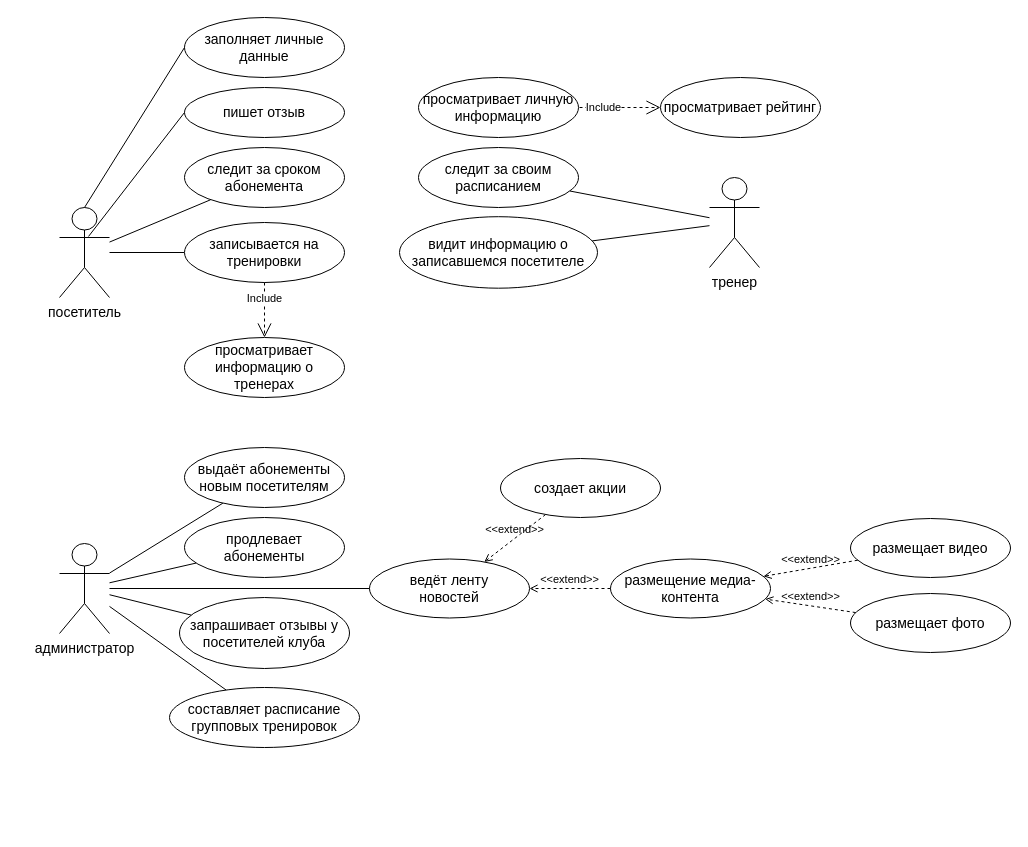
Before: Diagrams/USE-CASE 1.drawio in yuliapyrikova/-, a draw.io diagram. Source tidied: cells renumbered, new cells numbered last; positions are measured from the earlier drawing's top-left corner, leaving out a move shared by most shapes. Both pictures are drawn from the tidied source at 100%, with x=0, y=0 at pixel (59, 17).
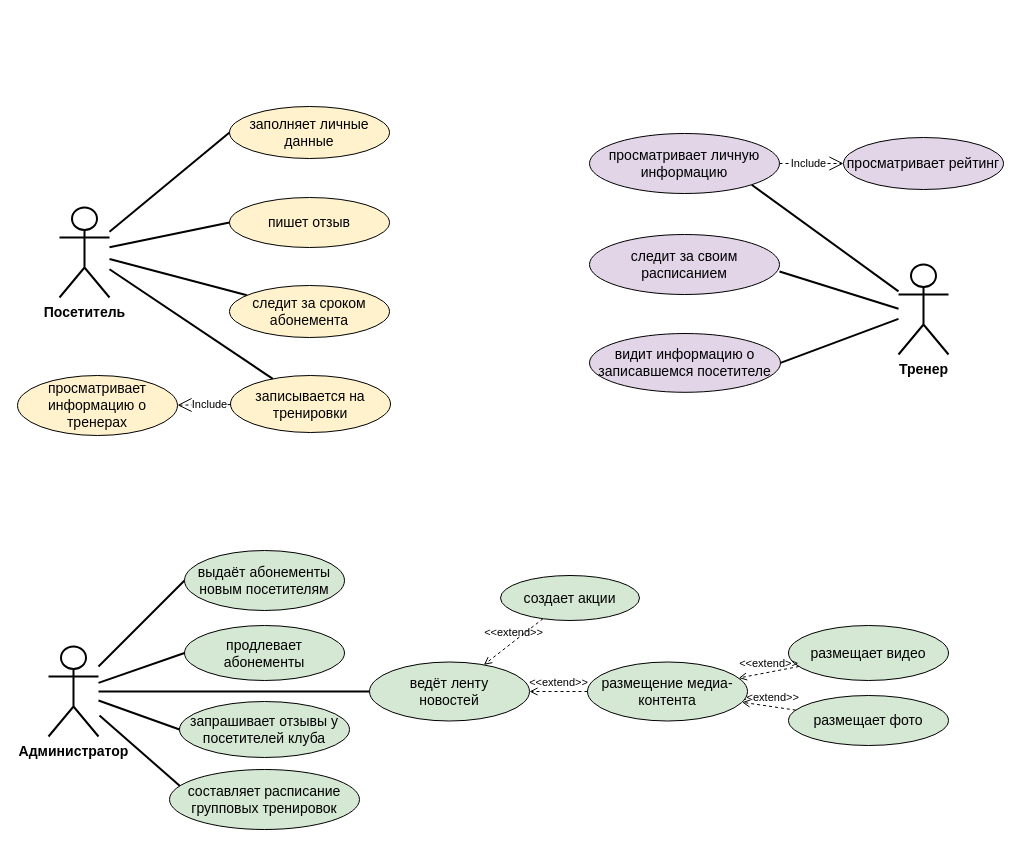
Above is the later version.

The edit, as a diff of the source:
```diff
@@
-    <mxCell id="2" style="edgeStyle=none;jettySize=auto;html=1;endArrow=none;" parent="1" edge="1" source="3" target="14">
+    <mxCell id="2" style="edgeStyle=none;jettySize=auto;html=1;endArrow=none;strokeWidth=2;" parent="1" edge="1" source="3" target="14">
       <mxGeometry relative="1" as="geometry" />
     </mxCell>
-    <mxCell id="3" value="&lt;font style=&quot;font-size: 14px&quot;&gt;посетитель&lt;/font&gt;" style="shape=umlActor;verticalLabelPosition=bottom;verticalAlign=top;html=1;outlineConnect=0;" parent="1" vertex="1">
+    <mxCell id="3" value="&lt;font style=&quot;font-size: 14px&quot;&gt;&lt;b&gt;Посетитель&lt;/b&gt;&lt;/font&gt;" style="shape=umlActor;verticalLabelPosition=bottom;verticalAlign=top;html=1;outlineConnect=0;strokeWidth=2;" parent="1" vertex="1">
       <mxGeometry y="190" width="50" height="90" as="geometry" />
     </mxCell>
-    <mxCell id="4" value="&lt;font style=&quot;font-size: 14px&quot;&gt;тренер&lt;br&gt;&lt;/font&gt;" style="shape=umlActor;verticalLabelPosition=bottom;verticalAlign=top;html=1;outlineConnect=0;" parent="1" vertex="1">
-      <mxGeometry x="650" y="160" width="50" height="90" as="geometry" />
+    <mxCell id="4" value="&lt;font style=&quot;font-size: 14px&quot;&gt;&lt;b&gt;Тренер&lt;/b&gt;&lt;br&gt;&lt;/font&gt;" style="shape=umlActor;verticalLabelPosition=bottom;verticalAlign=top;html=1;outlineConnect=0;strokeWidth=2;" parent="1" vertex="1">
+      <mxGeometry x="839" y="247" width="50" height="90" as="geometry" />
     </mxCell>
-    <mxCell id="5" style="edgeStyle=none;jettySize=auto;html=1;endArrow=none;" parent="1" edge="1" source="6" target="4">
+    <mxCell id="5" style="edgeStyle=none;jettySize=auto;html=1;endArrow=none;exitX=1;exitY=0.5;exitDx=0;exitDy=0;strokeWidth=2;" parent="1" edge="1" source="6" target="4">
       <mxGeometry relative="1" as="geometry" />
     </mxCell>
-    <mxCell id="6" value="&lt;span style=&quot;font-size: 14px&quot;&gt;видит информацию о записавшемся посетителе&lt;/span&gt;" style="ellipse;whiteSpace=wrap;html=1;" parent="1" vertex="1">
-      <mxGeometry x="340" y="199.2" width="198" height="71.5" as="geometry" />
+    <mxCell id="6" value="&lt;span style=&quot;font-size: 14px&quot;&gt;видит информацию о записавшемся посетителе&lt;/span&gt;" style="ellipse;whiteSpace=wrap;html=1;strokeWidth=1;fillColor=#e1d5e7;" parent="1" vertex="1">
+      <mxGeometry x="530" y="316" width="191" height="58.8" as="geometry" />
     </mxCell>
-    <mxCell id="7" style="edgeStyle=none;jettySize=auto;html=1;endArrow=none;" parent="1" edge="1" source="8" target="4">
-      <mxGeometry relative="1" as="geometry" />
+    <mxCell id="7" style="edgeStyle=none;orthogonalLoop=1;jettySize=auto;html=1;endArrow=none;exitX=1;exitY=0.5;exitDx=0;exitDy=0;strokeWidth=2;" parent="1" edge="1">
+      <mxGeometry relative="1" as="geometry">
+        <mxPoint x="720" y="254" as="sourcePoint" />
+        <mxPoint x="839" y="291.2" as="targetPoint" />
+      </mxGeometry>
     </mxCell>
-    <mxCell id="8" value="&lt;span style=&quot;font-size: 14px&quot;&gt;следит за своим расписанием&lt;/span&gt;" style="ellipse;whiteSpace=wrap;html=1;" parent="1" vertex="1">
-      <mxGeometry x="359" y="130" width="160" height="60" as="geometry" />
+    <mxCell id="8" value="&lt;span style=&quot;font-size: 14px&quot;&gt;следит за своим расписанием&lt;/span&gt;" style="ellipse;whiteSpace=wrap;html=1;fillColor=#e1d5e7;strokeWidth=1;" parent="1" vertex="1">
+      <mxGeometry x="530" y="217" width="190" height="60" as="geometry" />
     </mxCell>
-    <mxCell id="9" style="edgeStyle=none;jettySize=auto;html=1;endArrow=none;" parent="1" edge="1" source="10" target="24">
+    <mxCell id="9" style="edgeStyle=none;jettySize=auto;html=1;endArrow=none;strokeWidth=2;entryX=0;entryY=0.5;entryDx=0;entryDy=0;" parent="1" edge="1" source="10" target="24">
       <mxGeometry relative="1" as="geometry" />
     </mxCell>
-    <mxCell id="10" value="&lt;font style=&quot;font-size: 14px&quot;&gt;администратор&lt;/font&gt;" style="shape=umlActor;verticalLabelPosition=bottom;verticalAlign=top;html=1;outlineConnect=0;" parent="1" vertex="1">
-      <mxGeometry y="526" width="50" height="90" as="geometry" />
+    <mxCell id="10" value="&lt;font style=&quot;font-size: 14px&quot;&gt;&lt;b&gt;Администратор&lt;/b&gt;&lt;/font&gt;" style="shape=umlActor;verticalLabelPosition=bottom;verticalAlign=top;html=1;outlineConnect=0;strokeWidth=2;" parent="1" vertex="1">
+      <mxGeometry x="-11" y="629" width="50" height="90" as="geometry" />
     </mxCell>
-    <mxCell id="11" style="edgeStyle=none;jettySize=auto;html=1;endArrow=none;" parent="1" edge="1" source="12" target="3">
+    <mxCell id="11" style="edgeStyle=none;jettySize=auto;html=1;endArrow=none;strokeWidth=2;" parent="1" edge="1" source="12" target="3">
       <mxGeometry relative="1" as="geometry" />
     </mxCell>
-    <mxCell id="12" value="&lt;font style=&quot;font-size: 14px&quot;&gt;следит за сроком абонемента&lt;br&gt;&lt;/font&gt;" style="ellipse;whiteSpace=wrap;html=1;" parent="1" vertex="1">
-      <mxGeometry x="125" y="130" width="160" height="60" as="geometry" />
+    <mxCell id="12" value="&lt;font style=&quot;font-size: 14px&quot;&gt;следит за сроком абонемента&lt;br&gt;&lt;/font&gt;" style="ellipse;whiteSpace=wrap;html=1;strokeWidth=1;fillColor=#fff2cc;" parent="1" vertex="1">
+      <mxGeometry x="170" y="268" width="160" height="52" as="geometry" />
     </mxCell>
-    <mxCell id="13" value="&lt;span style=&quot;font-size: 14px&quot;&gt;просматривает информацию о тренерах&lt;/span&gt;" style="ellipse;whiteSpace=wrap;html=1;" parent="1" vertex="1">
-      <mxGeometry x="125" y="320" width="160" height="60" as="geometry" />
+    <mxCell id="13" value="&lt;span style=&quot;font-size: 14px&quot;&gt;просматривает информацию о тренерах&lt;/span&gt;" style="ellipse;whiteSpace=wrap;html=1;fillColor=#fff2cc;" parent="1" vertex="1">
+      <mxGeometry x="-42" y="358" width="160" height="60" as="geometry" />
     </mxCell>
-    <mxCell id="14" value="&lt;span style=&quot;font-size: 14px&quot;&gt;записывается на тренировки&lt;/span&gt;" style="ellipse;whiteSpace=wrap;html=1;" parent="1" vertex="1">
-      <mxGeometry x="125" y="205" width="160" height="60" as="geometry" />
+    <mxCell id="14" value="&lt;span style=&quot;font-size: 14px&quot;&gt;записывается на тренировки&lt;/span&gt;" style="ellipse;whiteSpace=wrap;html=1;fillColor=#fff2cc;" parent="1" vertex="1">
+      <mxGeometry x="171" y="358" width="160" height="57" as="geometry" />
     </mxCell>
-    <mxCell id="15" value="&lt;font style=&quot;font-size: 14px&quot;&gt;продлевает абонементы&lt;br&gt;&lt;/font&gt;" style="ellipse;whiteSpace=wrap;html=1;" parent="1" vertex="1">
-      <mxGeometry x="125" y="500" width="160" height="60" as="geometry" />
+    <mxCell id="15" value="&lt;font style=&quot;font-size: 14px&quot;&gt;продлевает абонементы&lt;br&gt;&lt;/font&gt;" style="ellipse;whiteSpace=wrap;html=1;fillColor=#d5e8d4;" parent="1" vertex="1">
+      <mxGeometry x="125" y="608" width="160" height="55" as="geometry" />
     </mxCell>
-    <mxCell id="16" style="endArrow=none;html=1;" parent="1" edge="1" source="10" target="15">
+    <mxCell id="16" style="endArrow=none;html=1;strokeWidth=2;entryX=0;entryY=0.5;entryDx=0;entryDy=0;" parent="1" edge="1" source="10" target="15">
       <mxGeometry relative="1" as="geometry" />
     </mxCell>
-    <mxCell id="17" value="&lt;span style=&quot;font-size: 14px&quot;&gt;запрашивает отзывы у посетителей клуба&lt;/span&gt;" style="ellipse;whiteSpace=wrap;html=1;" parent="1" vertex="1">
-      <mxGeometry x="120" y="580" width="170" height="71" as="geometry" />
+    <mxCell id="17" value="&lt;span style=&quot;font-size: 14px&quot;&gt;запрашивает отзывы у посетителей клуба&lt;/span&gt;" style="ellipse;whiteSpace=wrap;html=1;fillColor=#d5e8d4;" parent="1" vertex="1">
+      <mxGeometry x="120" y="684" width="170" height="56" as="geometry" />
     </mxCell>
-    <mxCell id="18" value="&lt;div&gt;&lt;span style=&quot;font-size: 14px&quot;&gt;ведёт ленту&lt;/span&gt;&lt;/div&gt;&lt;div&gt;&lt;span style=&quot;font-size: 14px&quot;&gt;новостей&lt;/span&gt;&lt;/div&gt;&lt;div&gt;&lt;span style=&quot;font-size: 14px&quot;&gt;&lt;/span&gt;&lt;/div&gt;" style="ellipse;whiteSpace=wrap;html=1;" parent="1" vertex="1">
-      <mxGeometry x="310" y="541.5" width="160" height="59" as="geometry" />
+    <mxCell id="18" value="&lt;div&gt;&lt;span style=&quot;font-size: 14px&quot;&gt;ведёт ленту&lt;/span&gt;&lt;/div&gt;&lt;div&gt;&lt;span style=&quot;font-size: 14px&quot;&gt;новостей&lt;/span&gt;&lt;/div&gt;&lt;div&gt;&lt;span style=&quot;font-size: 14px&quot;&gt;&lt;/span&gt;&lt;/div&gt;" style="ellipse;whiteSpace=wrap;html=1;fillColor=#d5e8d4;" parent="1" vertex="1">
+      <mxGeometry x="310" y="644.5" width="160" height="59" as="geometry" />
     </mxCell>
-    <mxCell id="19" style="endArrow=none;html=1;" parent="1" edge="1" source="10" target="18">
+    <mxCell id="19" style="endArrow=none;html=1;strokeWidth=2;" parent="1" edge="1" source="10" target="18">
       <mxGeometry relative="1" as="geometry" />
     </mxCell>
     <mxCell id="20" value="Include" style="endArrow=open;endSize=12;dashed=1;html=1;targetPerimeterSpacing=0;" parent="1" edge="1" source="14" target="13">
-      <mxGeometry x="-0.41" relative="1" as="geometry" />
+      <mxGeometry x="-0.2" relative="1" as="geometry" />
     </mxCell>
-    <mxCell id="21" style="endArrow=none;html=1;" parent="1" edge="1" source="10" target="17">
+    <mxCell id="21" style="endArrow=none;html=1;entryX=0;entryY=0.5;entryDx=0;entryDy=0;strokeWidth=2;" parent="1" edge="1" source="10" target="17">
       <mxGeometry relative="1" as="geometry" />
     </mxCell>
-    <mxCell id="22" style="endArrow=none;html=1;" parent="1" edge="1" source="10" target="23">
-      <mxGeometry relative="1" as="geometry" />
+    <mxCell id="22" style="endArrow=none;html=1;entryX=0.058;entryY=0.283;entryDx=0;entryDy=0;entryPerimeter=0;endSize=6;strokeWidth=2;" parent="1" edge="1" target="23">
+      <mxGeometry relative="1" as="geometry">
+        <mxPoint x="40" y="698" as="sourcePoint" />
+      </mxGeometry>
     </mxCell>
-    <mxCell id="23" value="&lt;span style=&quot;font-size: 14px&quot;&gt;составляет расписание групповых тренировок&lt;/span&gt;" style="ellipse;whiteSpace=wrap;html=1;" parent="1" vertex="1">
-      <mxGeometry x="110" y="670" width="190" height="60" as="geometry" />
+    <mxCell id="23" value="&lt;span style=&quot;font-size: 14px&quot;&gt;составляет расписание групповых тренировок&lt;/span&gt;" style="ellipse;whiteSpace=wrap;html=1;fillColor=#d5e8d4;" parent="1" vertex="1">
+      <mxGeometry x="110" y="752" width="190" height="60" as="geometry" />
     </mxCell>
-    <mxCell id="24" value="&lt;font style=&quot;font-size: 14px&quot;&gt;выдаёт абонементы новым посетителям&lt;br&gt;&lt;/font&gt;" style="ellipse;whiteSpace=wrap;html=1;" parent="1" vertex="1">
-      <mxGeometry x="125" y="430" width="160" height="60" as="geometry" />
+    <mxCell id="24" value="&lt;font style=&quot;font-size: 14px&quot;&gt;выдаёт абонементы новым посетителям&lt;br&gt;&lt;/font&gt;" style="ellipse;whiteSpace=wrap;html=1;fillColor=#d5e8d4;" parent="1" vertex="1">
+      <mxGeometry x="125" y="533" width="160" height="60" as="geometry" />
     </mxCell>
@@
-    <mxCell id="26" value="создает акции" style="ellipse;whiteSpace=wrap;html=1;fontSize=14;" parent="1" vertex="1">
-      <mxGeometry x="441" y="441" width="160" height="59" as="geometry" />
+    <mxCell id="26" value="создает акции" style="ellipse;whiteSpace=wrap;html=1;fontSize=14;fillColor=#d5e8d4;" parent="1" vertex="1">
+      <mxGeometry x="441" y="558" width="139" height="45" as="geometry" />
     </mxCell>
-    <mxCell id="27" value="размещает фото" style="ellipse;whiteSpace=wrap;html=1;fontSize=14;" parent="1" vertex="1">
-      <mxGeometry x="791" y="576" width="160" height="59" as="geometry" />
+    <mxCell id="27" value="размещает фото" style="ellipse;whiteSpace=wrap;html=1;fontSize=14;fillColor=#d5e8d4;" parent="1" vertex="1">
+      <mxGeometry x="729" y="678" width="160" height="50" as="geometry" />
     </mxCell>
-    <mxCell id="28" value="размещает видео" style="ellipse;whiteSpace=wrap;html=1;fontSize=14;" parent="1" vertex="1">
-      <mxGeometry x="791" y="501" width="160" height="59" as="geometry" />
+    <mxCell id="28" value="размещает видео" style="ellipse;whiteSpace=wrap;html=1;fontSize=14;fillColor=#d5e8d4;" parent="1" vertex="1">
+      <mxGeometry x="729" y="608" width="160" height="55" as="geometry" />
     </mxCell>
@@
-    <mxCell id="31" value="размещение медиа-контента" style="ellipse;whiteSpace=wrap;html=1;fontSize=14;" parent="1" vertex="1">
-      <mxGeometry x="551" y="541.5" width="160" height="59" as="geometry" />
+    <mxCell id="31" value="размещение медиа-контента" style="ellipse;whiteSpace=wrap;html=1;fontSize=14;fillColor=#d5e8d4;" parent="1" vertex="1">
+      <mxGeometry x="528" y="644.5" width="160" height="59" as="geometry" />
     </mxCell>
@@
-    <mxCell id="33" value="&lt;font style=&quot;font-size: 14px&quot;&gt;пишет отзыв&lt;/font&gt;" style="ellipse;whiteSpace=wrap;html=1;" parent="1" vertex="1">
-      <mxGeometry x="125" y="70" width="160" height="50" as="geometry" />
+    <mxCell id="33" value="&lt;font style=&quot;font-size: 14px&quot;&gt;пишет отзыв&lt;/font&gt;" style="ellipse;whiteSpace=wrap;html=1;strokeWidth=1;fillColor=#fff2cc;" parent="1" vertex="1">
+      <mxGeometry x="170" y="180" width="160" height="50" as="geometry" />
     </mxCell>
-    <mxCell id="34" style="edgeStyle=none;jettySize=auto;html=1;endArrow=none;entryX=0.58;entryY=0.322;entryDx=0;entryDy=0;entryPerimeter=0;exitX=0;exitY=0.5;exitDx=0;exitDy=0;" parent="1" edge="1" source="33" target="3">
+    <mxCell id="34" style="edgeStyle=none;jettySize=auto;html=1;endArrow=none;exitX=0;exitY=0.5;exitDx=0;exitDy=0;strokeWidth=2;" parent="1" edge="1" source="33" target="3">
       <mxGeometry relative="1" as="geometry" />
     </mxCell>
-    <mxCell id="35" value="&lt;span style=&quot;font-size: 14px&quot;&gt;заполняет личные данные&lt;/span&gt;" style="ellipse;whiteSpace=wrap;html=1;" parent="1" vertex="1">
-      <mxGeometry x="125" width="160" height="60" as="geometry" />
+    <mxCell id="35" value="&lt;span style=&quot;font-size: 14px&quot;&gt;заполняет личные данные&lt;/span&gt;" style="ellipse;whiteSpace=wrap;html=1;strokeWidth=1;fillColor=#fff2cc;" parent="1" vertex="1">
+      <mxGeometry x="170" y="89" width="160" height="52" as="geometry" />
     </mxCell>
-    <mxCell id="36" style="edgeStyle=none;jettySize=auto;html=1;endArrow=none;entryX=0.5;entryY=0;entryDx=0;entryDy=0;entryPerimeter=0;exitX=0;exitY=0.5;exitDx=0;exitDy=0;" parent="1" edge="1" source="35" target="3">
+    <mxCell id="36" style="edgeStyle=none;jettySize=auto;html=1;endArrow=none;exitX=0;exitY=0.5;exitDx=0;exitDy=0;strokeWidth=2;" parent="1" edge="1" source="35" target="3">
       <mxGeometry relative="1" as="geometry" />
     </mxCell>
-    <mxCell id="37" value="&lt;span style=&quot;font-size: 14px&quot;&gt;просматривает личную информацию&lt;/span&gt;" style="ellipse;whiteSpace=wrap;html=1;" parent="1" vertex="1">
-      <mxGeometry x="359" y="60" width="160" height="60" as="geometry" />
+    <mxCell id="37" value="&lt;span style=&quot;font-size: 14px&quot;&gt;просматривает личную информацию&lt;/span&gt;" style="ellipse;whiteSpace=wrap;html=1;fillColor=#e1d5e7;strokeWidth=1;" parent="1" vertex="1">
+      <mxGeometry x="530" y="116" width="190" height="60" as="geometry" />
     </mxCell>
-    <mxCell id="38" value="Include" style="endArrow=open;endSize=12;dashed=1;html=1;targetPerimeterSpacing=0;exitX=1;exitY=0.5;exitDx=0;exitDy=0;" parent="1" edge="1">
-      <mxGeometry x="-0.41" relative="1" as="geometry">
-        <mxPoint x="520" y="90" as="sourcePoint" />
-        <mxPoint x="601" y="90" as="targetPoint" />
-      </mxGeometry>
+    <mxCell id="38" value="Include" style="endArrow=open;endSize=12;dashed=1;html=1;targetPerimeterSpacing=0;entryX=0;entryY=0.5;entryDx=0;entryDy=0;exitX=1;exitY=0.5;exitDx=0;exitDy=0;" parent="1" edge="1" source="37" target="39">
+      <mxGeometry x="-0.1" relative="1" as="geometry" />
     </mxCell>
-    <mxCell id="39" value="&lt;span style=&quot;font-size: 14px&quot;&gt;просматривает рейтинг&lt;/span&gt;" style="ellipse;whiteSpace=wrap;html=1;" parent="1" vertex="1">
-      <mxGeometry x="601" y="60" width="160" height="60" as="geometry" />
+    <mxCell id="39" value="&lt;span style=&quot;font-size: 14px&quot;&gt;просматривает рейтинг&lt;/span&gt;" style="ellipse;whiteSpace=wrap;html=1;fillColor=#e1d5e7;strokeWidth=1;" parent="1" vertex="1">
+      <mxGeometry x="784" y="120" width="160" height="52" as="geometry" />
     </mxCell>
+    <mxCell id="40" style="endArrow=none;html=1;strokeWidth=2;exitX=1;exitY=1;exitDx=0;exitDy=0;" parent="1" edge="1" source="37" target="4">
+      <mxGeometry relative="1" as="geometry" />
+    </mxCell>
```
